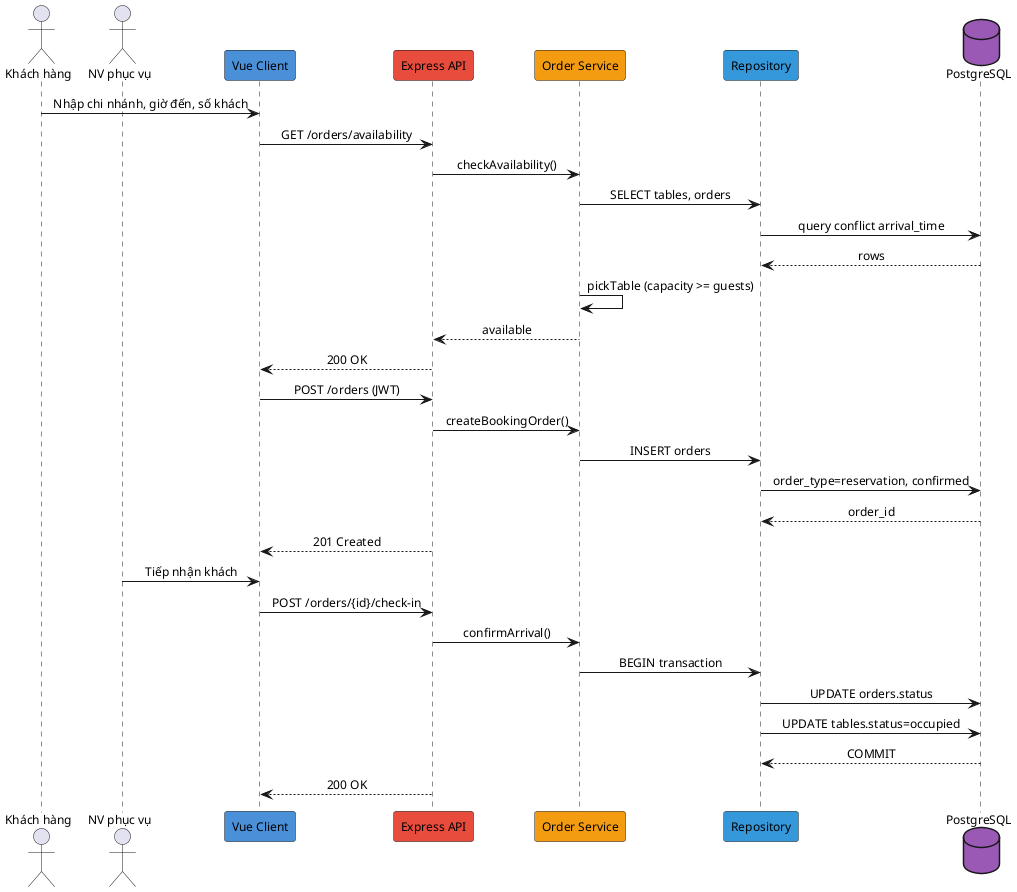
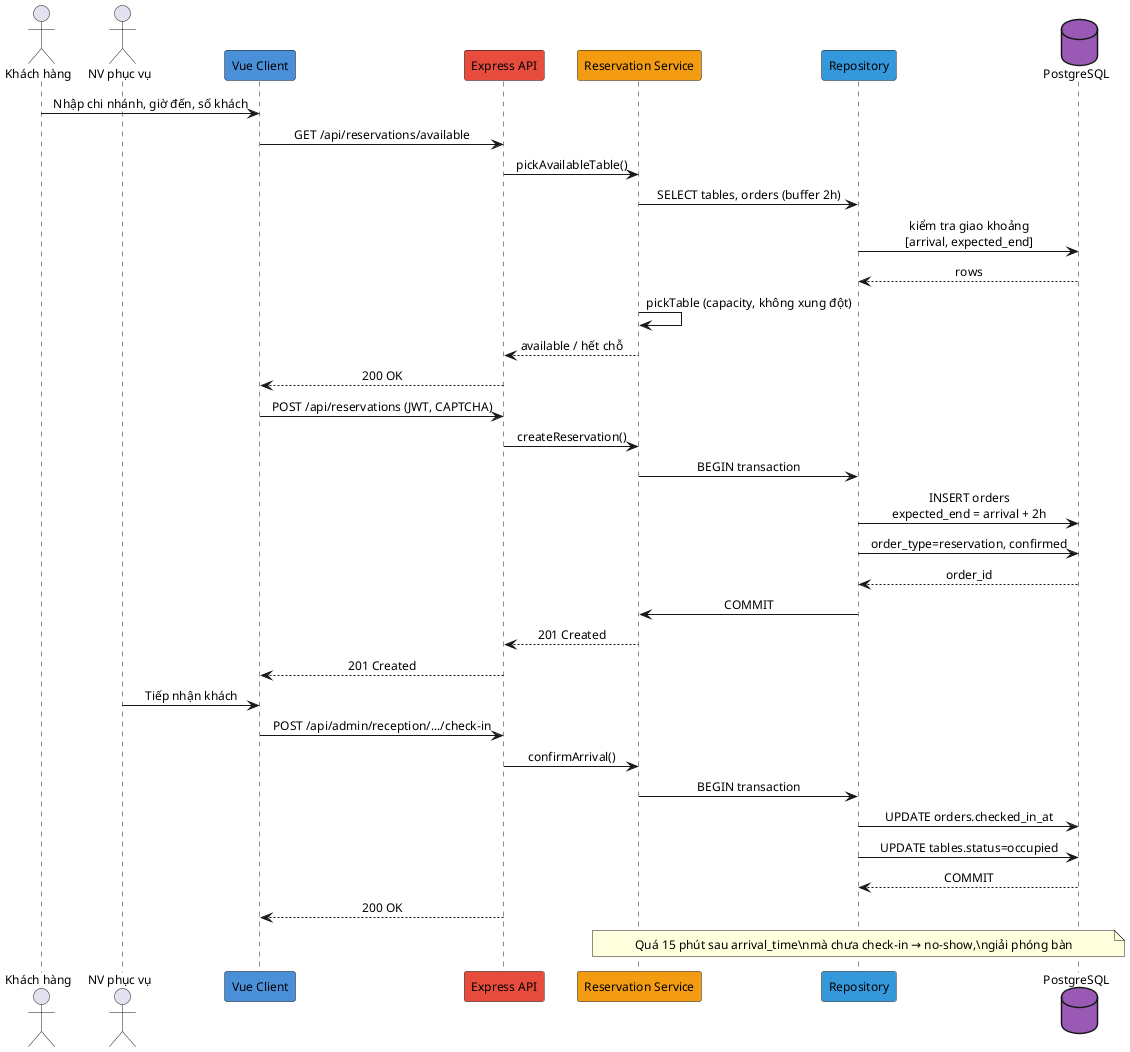
@startuml
skinparam defaultFontSize 12
skinparam sequenceMessageAlign center

actor "Khách hàng" as C
actor "NV phục vụ" as W
participant "Vue Client" as FE #4A90D9
participant "Express API" as API #E74C3C
- participant "Order Service" as SVC #F39C12
+ participant "Reservation Service" as SVC #F39C12
participant "Repository" as REPO #3498DB
database "PostgreSQL" as DB #9B59B6

C -> FE : Nhập chi nhánh, giờ đến, số khách
- FE -> API : GET /orders/availability
- API -> SVC : checkAvailability()
- SVC -> REPO : SELECT tables, orders
- REPO -> DB : query conflict arrival_time
+ FE -> API : GET /api/reservations/available
+ API -> SVC : pickAvailableTable()
+ SVC -> REPO : SELECT tables, orders (buffer 2h)
+ REPO -> DB : kiểm tra giao khoảng\n[arrival, expected_end]
DB --> REPO : rows
- SVC -> SVC : pickTable (capacity >= guests)
- SVC --> API : available
+ SVC -> SVC : pickTable (capacity, không xung đột)
+ SVC --> API : available / hết chỗ
API --> FE : 200 OK

- FE -> API : POST /orders (JWT)
- API -> SVC : createBookingOrder()
- SVC -> REPO : INSERT orders
+ FE -> API : POST /api/reservations (JWT, CAPTCHA)
+ API -> SVC : createReservation()
+ SVC -> REPO : BEGIN transaction
+ REPO -> DB : INSERT orders\nexpected_end = arrival + 2h
REPO -> DB : order_type=reservation, confirmed
DB --> REPO : order_id
+ REPO -> SVC : COMMIT
+ SVC --> API : 201 Created
API --> FE : 201 Created

W -> FE : Tiếp nhận khách
- FE -> API : POST /orders/{id}/check-in
+ FE -> API : POST /api/admin/reception/.../check-in
API -> SVC : confirmArrival()
SVC -> REPO : BEGIN transaction
- REPO -> DB : UPDATE orders.status
+ REPO -> DB : UPDATE orders.checked_in_at
REPO -> DB : UPDATE tables.status=occupied
DB --> REPO : COMMIT
API --> FE : 200 OK

+ note over SVC, DB
+   Quá 15 phút sau arrival_time\nmà chưa check-in → no-show,\ngiải phóng bàn
+ end note
+ 
@enduml
